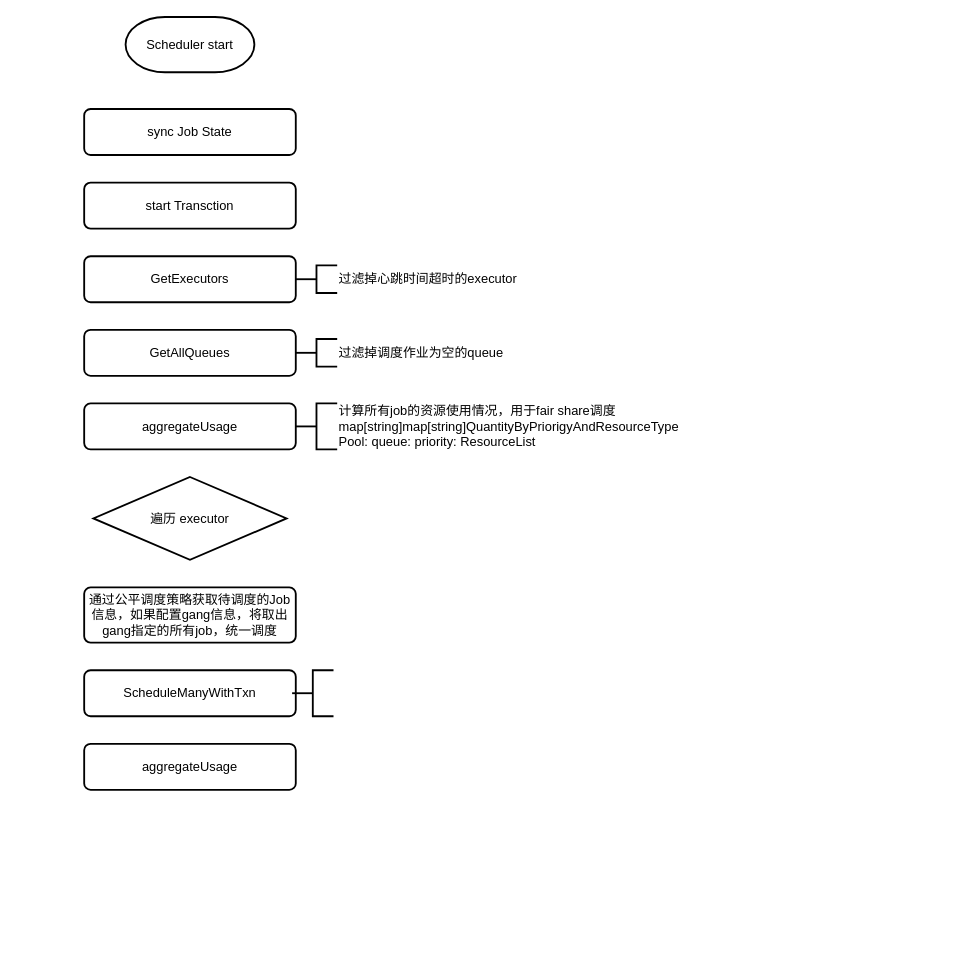
Above: page "Armada" (2 of 2) of Volcano-global.drawio in wangyang0616/diagrams (draw.io), before the change. Source tidied: cells renumbered, new cells numbered last; positions are measured from the earlier drawing's top-left corner, leaving out a move shared by most shapes. Both pictures are drawn from the tidied source at 92%, with x=0, y=0 at pixel (84, 17).
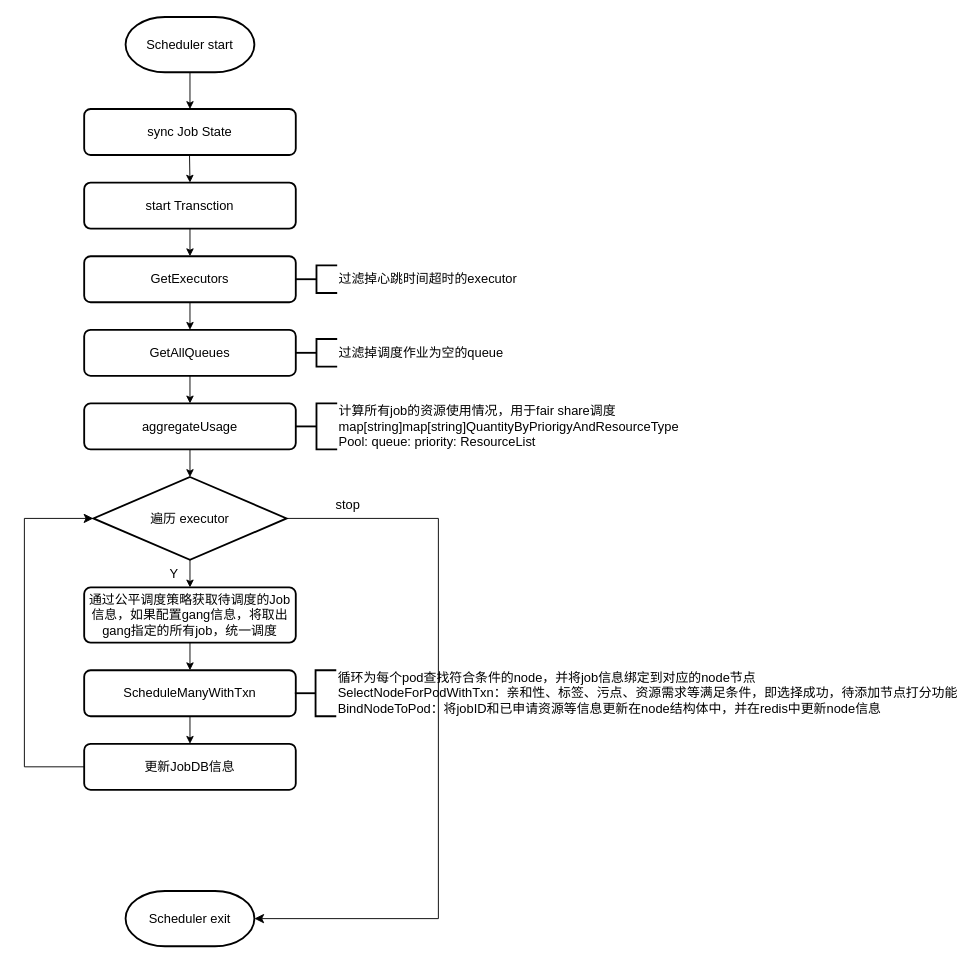
The same diagram, later.

Unchanged cells that the change refers to:
```xml
<mxCell id="2" value="Scheduler start" style="strokeWidth=2;html=1;shape=mxgraph.flowchart.terminator;whiteSpace=wrap;rounded=0;glass=0;fontSize=14;fillColor=default;" parent="1" vertex="1">
  <mxGeometry x="45" width="140" height="60" as="geometry" />
</mxCell>
<mxCell id="3" value="sync Job State" style="rounded=1;whiteSpace=wrap;html=1;absoluteArcSize=1;arcSize=14;strokeWidth=2;glass=0;fontSize=14;fillColor=default;" parent="1" vertex="1">
  <mxGeometry y="100" width="230" height="50" as="geometry" />
</mxCell>
<mxCell id="4" value="start Transction" style="rounded=1;whiteSpace=wrap;html=1;absoluteArcSize=1;arcSize=14;strokeWidth=2;glass=0;fontSize=14;fillColor=default;" parent="1" vertex="1">
  <mxGeometry y="180" width="230" height="50" as="geometry" />
</mxCell>
<mxCell id="5" value="GetExecutors" style="rounded=1;whiteSpace=wrap;html=1;absoluteArcSize=1;arcSize=14;strokeWidth=2;glass=0;fontSize=14;fillColor=default;" parent="1" vertex="1">
  <mxGeometry y="260" width="230" height="50" as="geometry" />
</mxCell>
<mxCell id="6" value="GetAllQueues" style="rounded=1;whiteSpace=wrap;html=1;absoluteArcSize=1;arcSize=14;strokeWidth=2;glass=0;fontSize=14;fillColor=default;" parent="1" vertex="1">
  <mxGeometry y="340" width="230" height="50" as="geometry" />
</mxCell>
<mxCell id="7" value="aggregateUsage" style="rounded=1;whiteSpace=wrap;html=1;absoluteArcSize=1;arcSize=14;strokeWidth=2;glass=0;fontSize=14;fillColor=default;" parent="1" vertex="1">
  <mxGeometry y="420" width="230" height="50" as="geometry" />
</mxCell>
<mxCell id="11" value="遍历 executor" style="strokeWidth=2;html=1;shape=mxgraph.flowchart.decision;whiteSpace=wrap;rounded=0;glass=0;fontSize=14;fillColor=default;" parent="1" vertex="1">
  <mxGeometry x="10" y="500" width="210" height="90" as="geometry" />
</mxCell>
<mxCell id="12" value="通过公平调度策略获取待调度的Job信息，如果配置gang信息，将取出gang指定的所有job，统一调度" style="rounded=1;whiteSpace=wrap;html=1;absoluteArcSize=1;arcSize=14;strokeWidth=2;glass=0;fontSize=14;fillColor=default;" parent="1" vertex="1">
  <mxGeometry y="620" width="230" height="60" as="geometry" />
</mxCell>
<mxCell id="13" value="ScheduleManyWithTxn" style="rounded=1;whiteSpace=wrap;html=1;absoluteArcSize=1;arcSize=14;strokeWidth=2;glass=0;fontSize=14;fillColor=default;" parent="1" vertex="1">
  <mxGeometry y="710" width="230" height="50" as="geometry" />
</mxCell>
```

Diff of the diagram source:
```diff
@@
-    <mxCell id="14" value="aggregateUsage" style="rounded=1;whiteSpace=wrap;html=1;absoluteArcSize=1;arcSize=14;strokeWidth=2;glass=0;fontSize=14;fillColor=default;" parent="1" vertex="1">
+    <mxCell id="14" value="更新JobDB信息" style="rounded=1;whiteSpace=wrap;html=1;absoluteArcSize=1;arcSize=14;strokeWidth=2;glass=0;fontSize=14;fillColor=default;" parent="1" vertex="1">
       <mxGeometry y="790" width="230" height="50" as="geometry" />
     </mxCell>
-    <mxCell id="15" style="strokeWidth=2;html=1;shape=mxgraph.flowchart.annotation_2;align=left;labelPosition=right;rounded=0;glass=0;fontSize=14;fillColor=default;" parent="1" vertex="1">
-      <mxGeometry x="226" y="710" width="45" height="50" as="geometry" />
+    <mxCell id="15" value="循环为每个pod查找符合条件的node，并将job信息绑定到对应的node节点&lt;br&gt;SelectNodeForPodWithTxn：亲和性、标签、污点、资源需求等满足条件，即选择成功，待添加节点打分功能&lt;br&gt;BindNodeToPod：将jobID和已申请资源等信息更新在node结构体中，并在redis中更新node信息" style="strokeWidth=2;html=1;shape=mxgraph.flowchart.annotation_2;align=left;labelPosition=right;rounded=0;glass=0;fontSize=14;fillColor=default;" parent="1" vertex="1">
+      <mxGeometry x="229" y="710" width="45" height="50" as="geometry" />
     </mxCell>
+    <mxCell id="16" style="endArrow=classic;html=1;rounded=0;fontSize=14;entryX=0.5;entryY=0;entryDx=0;entryDy=0;" parent="1" edge="1" source="2" target="3">
+      <mxGeometry relative="1" as="geometry" />
+    </mxCell>
+    <mxCell id="17" style="endArrow=classic;html=1;rounded=0;fontSize=14;" parent="1" edge="1">
+      <mxGeometry relative="1" as="geometry">
+        <mxPoint x="114.5" y="150" as="sourcePoint" />
+        <mxPoint x="115" y="180" as="targetPoint" />
+      </mxGeometry>
+    </mxCell>
+    <mxCell id="18" style="endArrow=classic;html=1;rounded=0;fontSize=14;entryX=0.5;entryY=0;entryDx=0;entryDy=0;exitX=0.5;exitY=1;exitDx=0;exitDy=0;" parent="1" edge="1" source="4" target="5">
+      <mxGeometry relative="1" as="geometry" />
+    </mxCell>
+    <mxCell id="19" style="endArrow=classic;html=1;rounded=0;fontSize=14;entryX=0.5;entryY=0;entryDx=0;entryDy=0;exitX=0.5;exitY=1;exitDx=0;exitDy=0;" parent="1" edge="1" source="5" target="6">
+      <mxGeometry relative="1" as="geometry" />
+    </mxCell>
+    <mxCell id="20" style="endArrow=classic;html=1;rounded=0;fontSize=14;entryX=0.5;entryY=0;entryDx=0;entryDy=0;" parent="1" edge="1" source="6" target="7">
+      <mxGeometry relative="1" as="geometry" />
+    </mxCell>
+    <mxCell id="21" style="endArrow=classic;html=1;rounded=0;fontSize=14;entryX=0.5;entryY=0;entryDx=0;entryDy=0;entryPerimeter=0;" parent="1" edge="1" target="11">
+      <mxGeometry relative="1" as="geometry">
+        <mxPoint x="115" y="470" as="sourcePoint" />
+      </mxGeometry>
+    </mxCell>
+    <mxCell id="22" style="endArrow=classic;html=1;rounded=0;fontSize=14;entryX=0.5;entryY=0;entryDx=0;entryDy=0;exitX=0.5;exitY=1;exitDx=0;exitDy=0;exitPerimeter=0;" parent="1" edge="1" source="11" target="12">
+      <mxGeometry relative="1" as="geometry" />
+    </mxCell>
+    <mxCell id="23" style="endArrow=classic;html=1;rounded=0;fontSize=14;exitX=0.5;exitY=1;exitDx=0;exitDy=0;" parent="1" edge="1" source="12" target="13">
+      <mxGeometry relative="1" as="geometry" />
+    </mxCell>
+    <mxCell id="24" style="endArrow=classic;html=1;rounded=0;fontSize=14;entryX=0.5;entryY=0;entryDx=0;entryDy=0;" parent="1" edge="1" target="14">
+      <mxGeometry relative="1" as="geometry">
+        <mxPoint x="115" y="760" as="sourcePoint" />
+      </mxGeometry>
+    </mxCell>
+    <mxCell id="25" style="edgeStyle=elbowEdgeStyle;elbow=vertical;endArrow=classic;html=1;curved=0;rounded=0;endSize=8;startSize=8;fontSize=14;exitX=0;exitY=0.5;exitDx=0;exitDy=0;entryX=0;entryY=0.5;entryDx=0;entryDy=0;entryPerimeter=0;" parent="1" edge="1" source="14" target="11">
+      <mxGeometry relative="1" as="geometry">
+        <Array as="points">
+          <mxPoint x="-65" y="700" />
+          <mxPoint x="-45" y="690" />
+          <mxPoint x="45" y="860" />
+        </Array>
+      </mxGeometry>
+    </mxCell>
+    <mxCell id="26" value="Y" style="text;html=1;strokeColor=none;fillColor=none;align=center;verticalAlign=middle;whiteSpace=wrap;rounded=0;fontSize=14;" parent="1" vertex="1">
+      <mxGeometry x="68" y="590" width="60" height="30" as="geometry" />
+    </mxCell>
+    <mxCell id="27" value="Scheduler exit" style="strokeWidth=2;html=1;shape=mxgraph.flowchart.terminator;whiteSpace=wrap;rounded=0;glass=0;fontSize=14;fillColor=default;" parent="1" vertex="1">
+      <mxGeometry x="45" y="950" width="140" height="60" as="geometry" />
+    </mxCell>
+    <mxCell id="28" value="stop" style="text;html=1;strokeColor=none;fillColor=none;align=center;verticalAlign=middle;whiteSpace=wrap;rounded=0;fontSize=14;" parent="1" vertex="1">
+      <mxGeometry x="229" y="515" width="116" height="30" as="geometry" />
+    </mxCell>
+    <mxCell id="29" style="edgeStyle=elbowEdgeStyle;elbow=horizontal;endArrow=classic;html=1;curved=0;rounded=0;endSize=8;startSize=8;fontSize=14;exitX=1;exitY=0.5;exitDx=0;exitDy=0;exitPerimeter=0;entryX=1;entryY=0.5;entryDx=0;entryDy=0;entryPerimeter=0;" parent="1" edge="1" source="11" target="27">
+      <mxGeometry relative="1" as="geometry">
+        <Array as="points">
+          <mxPoint x="385" y="760" />
+        </Array>
+      </mxGeometry>
+    </mxCell>
```
